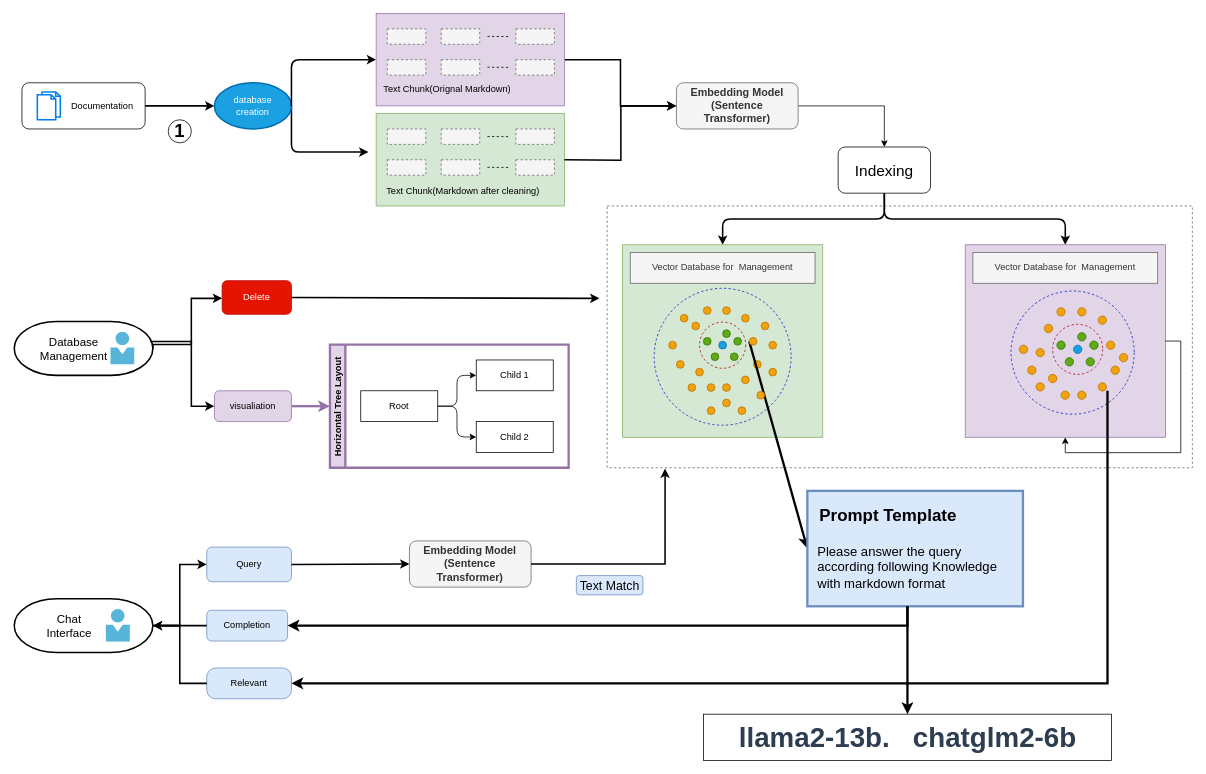
PRIDE-Archive/pride-chat-ui keeps this draw.io diagram as chatbot.drawio. Above is the earlier version. Source tidied: cells renumbered, new cells numbered last; positions are measured from the earlier drawing's top-left corner, leaving out a move shared by most shapes. Both pictures are drawn from the tidied source at 77%, with x=0, y=0 at pixel (14, 13).
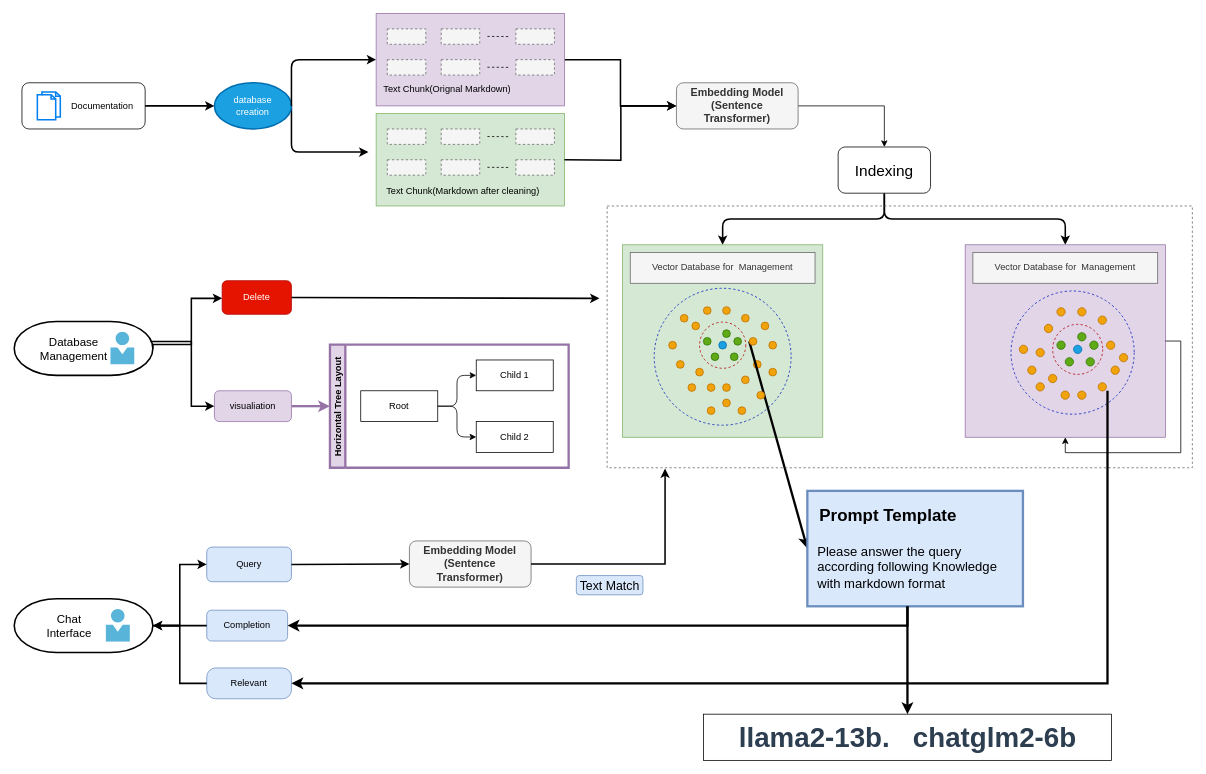
The same page after the edit.

Unchanged cells that the change refers to:
```xml
<mxCell id="2" style="group;" parent="1" vertex="1">
  <mxGeometry x="10" y="90" width="220" height="78" as="geometry" />
</mxCell>
```

Change to the diagram source:
```diff
@@
-    <mxCell id="6" value="&lt;font style=&quot;font-size: 24px;&quot;&gt;&lt;b&gt;1&lt;/b&gt;&lt;/font&gt;" style="ellipse;whiteSpace=wrap;html=1;" parent="2" vertex="1">
-      <mxGeometry x="190" y="48" width="30" height="30" as="geometry" />
-    </mxCell>
```
